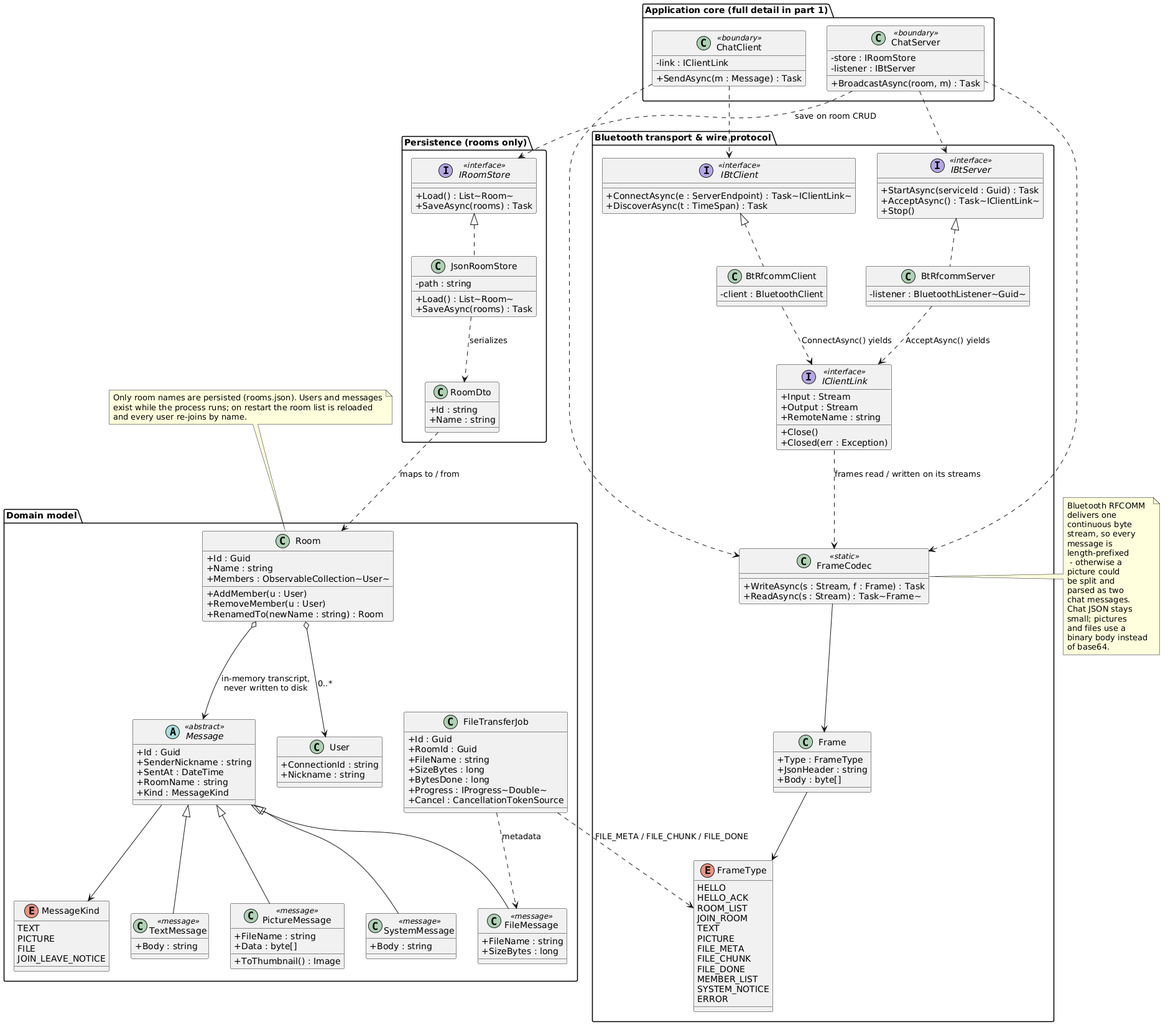
This is docs/umls/png/03-class-domain-transport.png from fiefdx/Lantern, a PlantUML export, as it was before one commit.
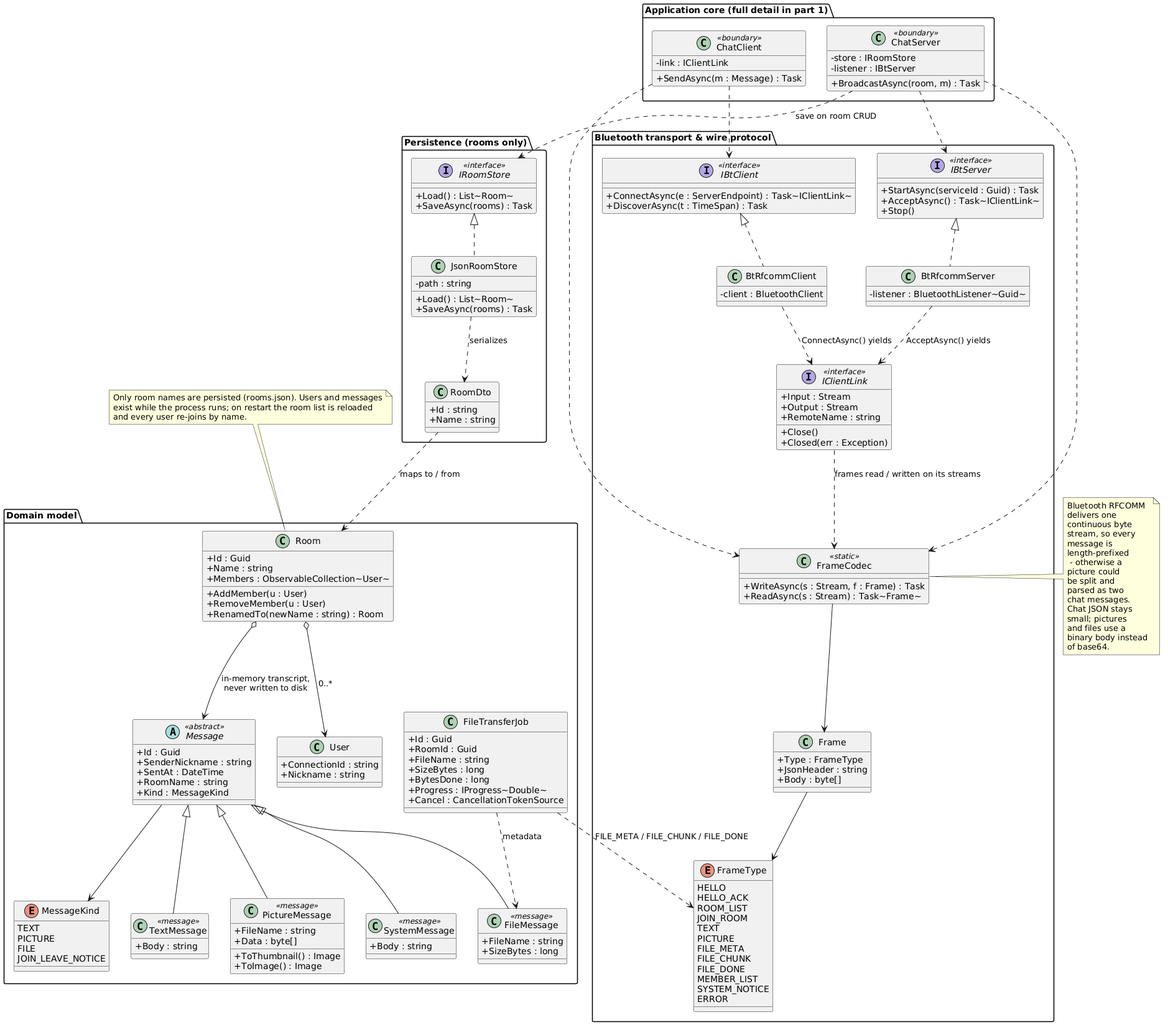
Above is the later version.

Diff of the diagram source:
```diff
@@ -17,6 +17,7 @@
     + FileName : string
     + Data : byte[]
     + ToThumbnail() : Image
+    + ToImage() : Image
   }
   class FileMessage <<message>> {
     + FileName : string
@@ -185,4 +186,5 @@
   exist while the process runs; on restart the room list is reloaded
   and every user re-joins by name.
 end note
+
 @enduml
```
